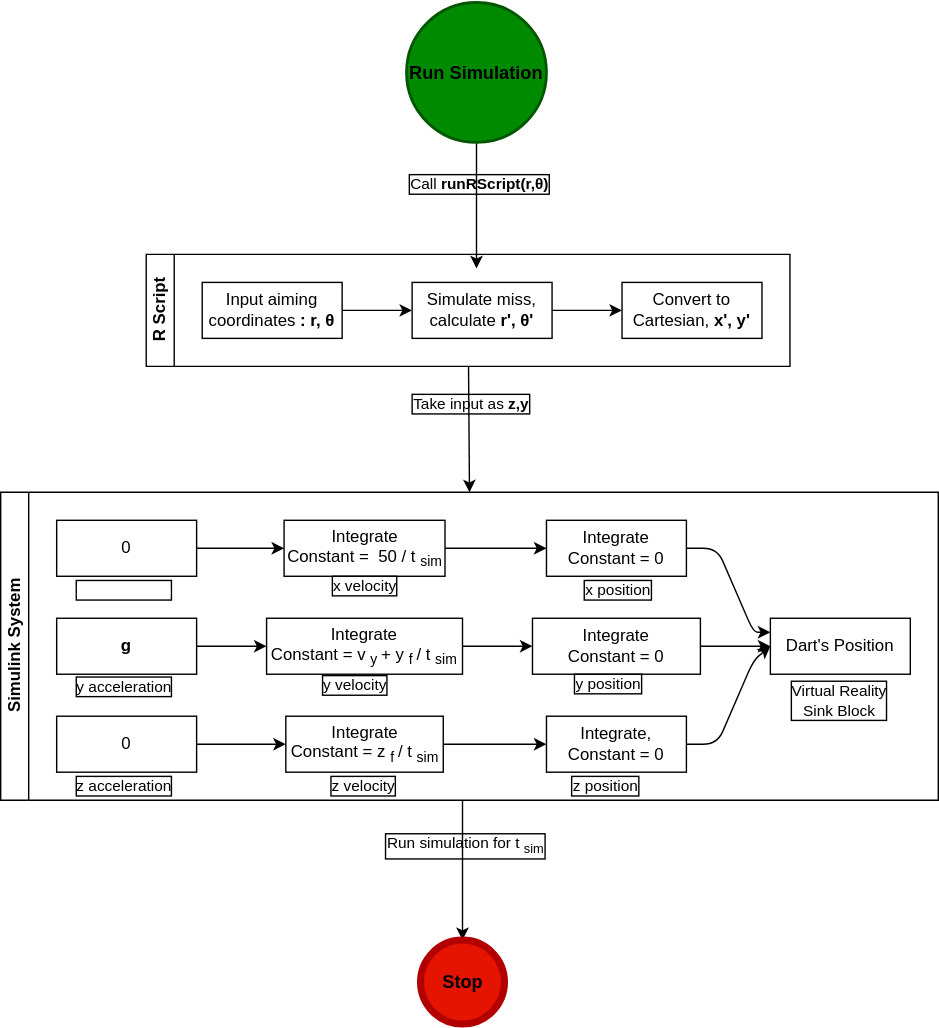
Earlier version of the draw.io export img/projFlow.drawio.svg (ojaroker/Darts). Source tidied: cells renumbered, new cells last; positions are measured from the earlier drawing's top-left corner, leaving out a move shared by most shapes.
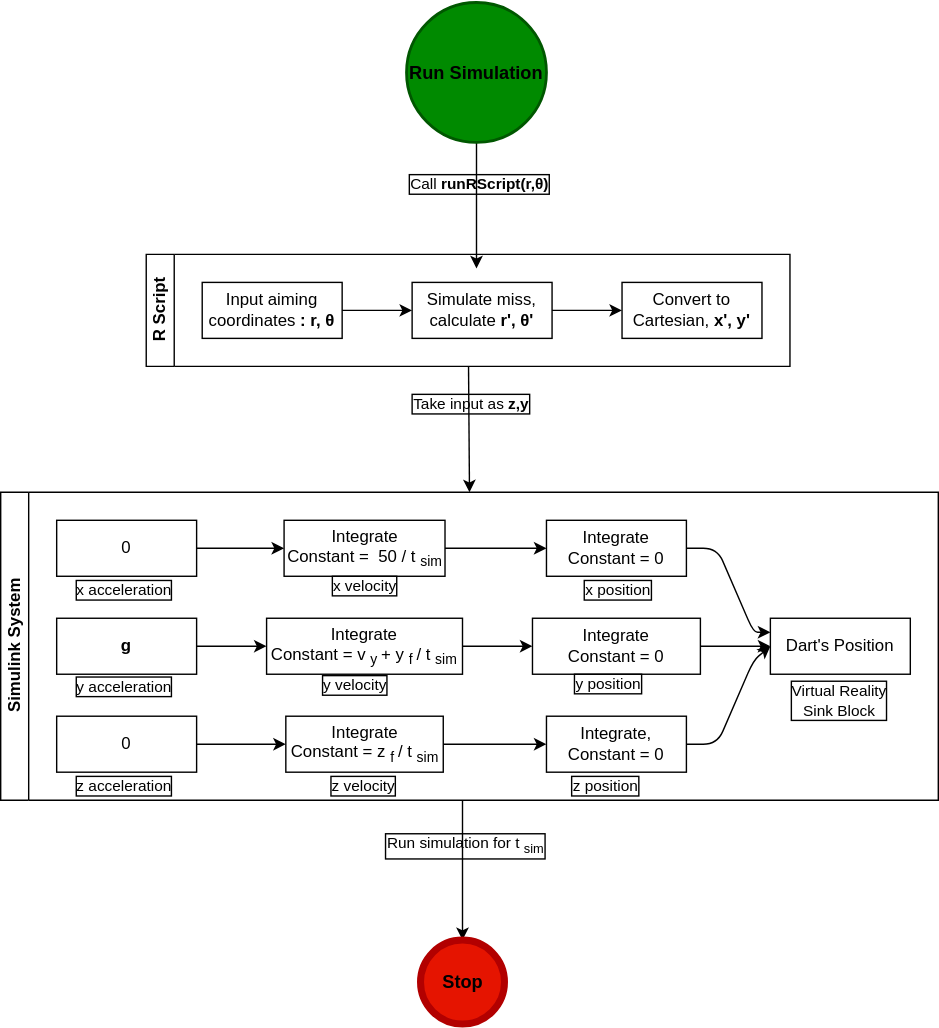
The same file after the commit.

Diff of the diagram source:
```diff
@@ -160,8 +160,8 @@
     <mxCell id="34" value="Integrate,&lt;br&gt;Constant = 0" style="whiteSpace=wrap;html=1;" parent="15" vertex="1">
       <mxGeometry x="390" y="160" width="100" height="40" as="geometry" />
     </mxCell>
-    <mxCell id="35" value="&lt;font color=&quot;#ffffff&quot;&gt;x acceleration&lt;/font&gt;" style="text;html=1;align=center;verticalAlign=middle;strokeColor=none;fillColor=none;fontSize=11;fontColor=#000000;labelBackgroundColor=none;labelBorderColor=default;" parent="1" vertex="1">
-      <mxGeometry x="38" y="405" width="100" height="30" as="geometry" />
+    <mxCell id="35" value="x acceleration" style="text;html=1;align=center;verticalAlign=middle;strokeColor=none;fillColor=none;fontSize=11;fontColor=#000000;labelBackgroundColor=none;labelBorderColor=default;" parent="1" vertex="1">
+      <mxGeometry x="43" y="405" width="90" height="30" as="geometry" />
     </mxCell>
     <mxCell id="36" value="y acceleration&lt;br&gt;" style="text;html=1;align=center;verticalAlign=middle;strokeColor=none;fillColor=none;fontSize=11;fontColor=#000000;labelBackgroundColor=none;labelBorderColor=default;" parent="1" vertex="1">
       <mxGeometry x="38" y="474" width="100" height="30" as="geometry" />
```
